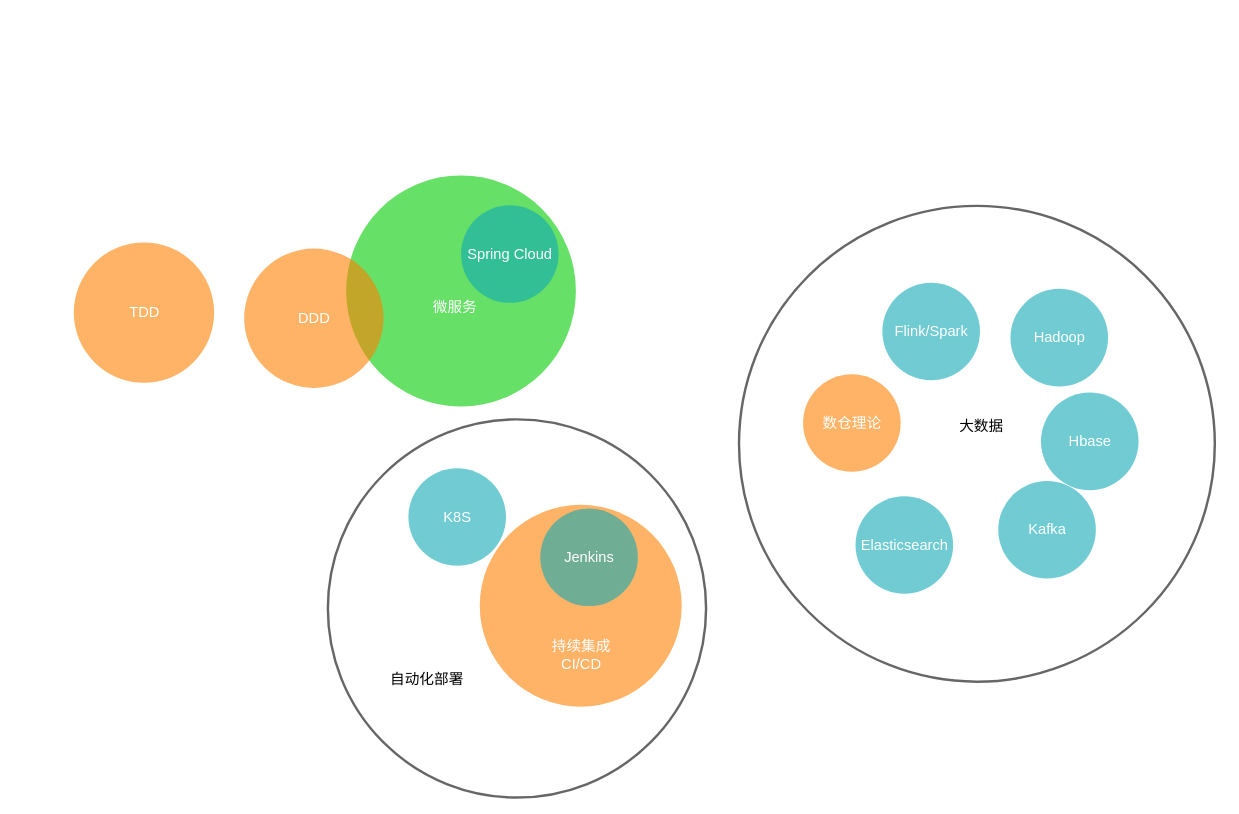
This is 2019/软件开发技能关注点.drawio from BearKid/MyImageHosting, a draw.io file, before an edit. Source tidied: cells renumbered, new cells numbered last; positions are measured from the earlier drawing's top-left corner, leaving out a move shared by most shapes. Both pictures are drawn from the tidied source at 61%, with x=0, y=0 at pixel (10, 175).
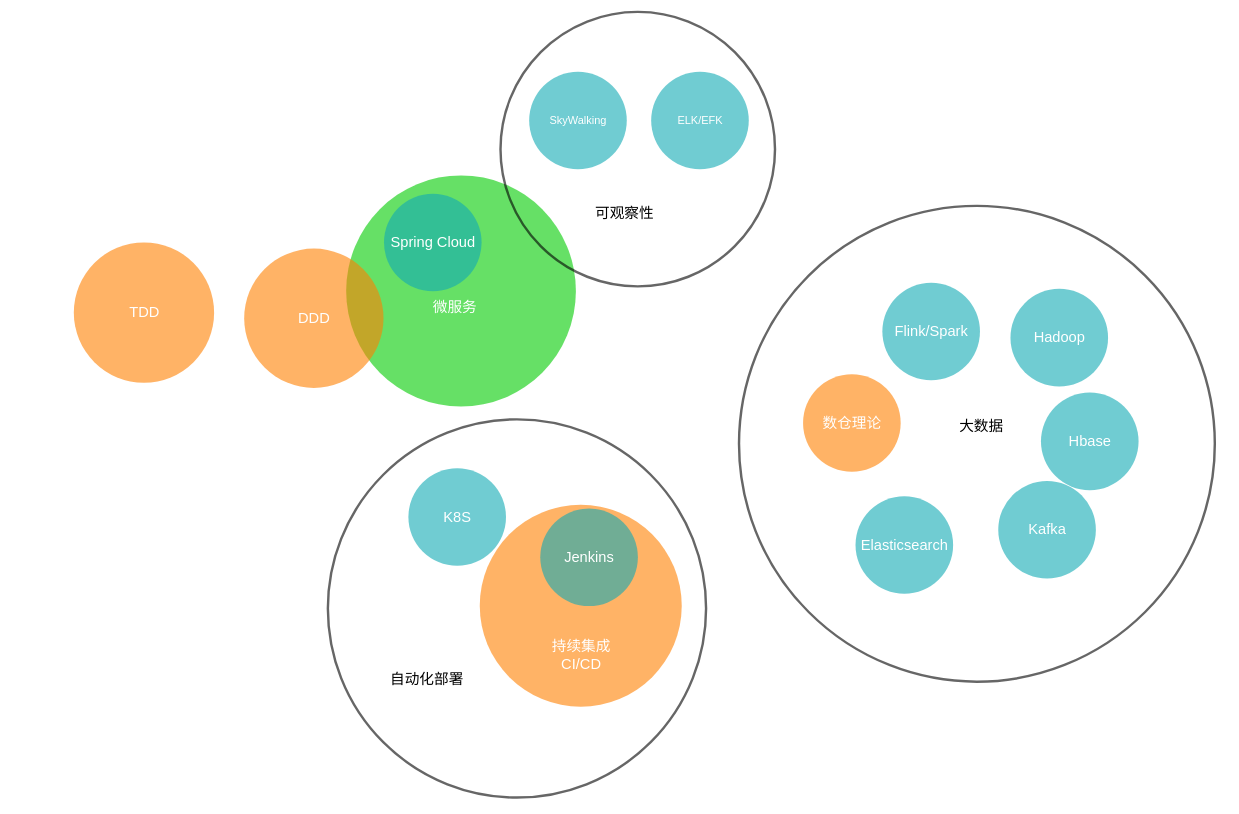
The same page after the edit.

Commit message:
更新软件开发技能关注点.drawio

Unchanged cells that the change refers to:
```xml
<mxCell id="20" style="group;" parent="1" vertex="1">
  <mxGeometry x="550" width="420.3" height="379" as="geometry" />
</mxCell>
```

What changed in the source:
```diff
@@
-    <mxCell id="22" style="group;" parent="20" vertex="1">
-      <mxGeometry x="116.3" y="49" width="304" height="160" as="geometry" />
-    </mxCell>
-    <mxCell id="23" style="ellipse;fillColor=#12AAB5;opacity=60;strokeColor=none;html=1;fontColor=#FFFFFF;" parent="22" vertex="1">
-      <mxGeometry x="72" width="160" height="160" as="geometry" />
-    </mxCell>
-    <mxCell id="24" value="Spring Cloud" style="text;fontSize=24;align=center;verticalAlign=middle;html=1;fontColor=#FFFFFF;" parent="22" vertex="1">
-      <mxGeometry y="24" width="304" height="112" as="geometry" />
-    </mxCell>
@@
+    <mxCell id="22" style="group;" parent="20" vertex="1">
+      <mxGeometry x="-10" y="30" width="304" height="160" as="geometry" />
+    </mxCell>
+    <mxCell id="23" style="ellipse;fillColor=#12AAB5;opacity=60;strokeColor=none;html=1;fontColor=#FFFFFF;" parent="22" vertex="1">
+      <mxGeometry x="72" width="160" height="160" as="geometry" />
+    </mxCell>
+    <mxCell id="24" value="Spring Cloud" style="text;fontSize=24;align=center;verticalAlign=middle;html=1;fontColor=#FFFFFF;" parent="22" vertex="1">
+      <mxGeometry y="24" width="304" height="112" as="geometry" />
+    </mxCell>
@@
+    <mxCell id="53" style="group;" parent="1" vertex="1">
+      <mxGeometry x="437" y="62" width="1138" height="264" as="geometry" />
+    </mxCell>
+    <mxCell id="54" style="group;strokeWidth=5;" parent="53" vertex="1">
+      <mxGeometry x="110" y="-330" width="988" height="594" as="geometry" />
+    </mxCell>
+    <mxCell id="55" style="ellipse;fillColor=none;opacity=60;strokeColor=#000000;html=1;fontColor=#FFFFFF;strokeWidth=4;" parent="54" vertex="1">
+      <mxGeometry x="256" width="450" height="450" as="geometry" />
+    </mxCell>
+    <mxCell id="56" value="可观察性" style="text;fontSize=24;align=center;verticalAlign=middle;html=1;fontColor=#000000;" parent="54" vertex="1">
+      <mxGeometry x="350" y="268" width="218" height="124" as="geometry" />
+    </mxCell>
+    <mxCell id="57" value="SkyWalking" style="ellipse;fillColor=#12AAB5;opacity=60;strokeColor=none;html=1;fontColor=#FFFFFF;fontSize=18;" parent="54" vertex="1">
+      <mxGeometry x="303" y="98" width="160" height="160" as="geometry" />
+    </mxCell>
+    <mxCell id="58" value="ELK/EFK" style="ellipse;fillColor=#12AAB5;opacity=60;strokeColor=none;html=1;fontColor=#FFFFFF;fontSize=18;" parent="54" vertex="1">
+      <mxGeometry x="503" y="98" width="160" height="160" as="geometry" />
+    </mxCell>
```
